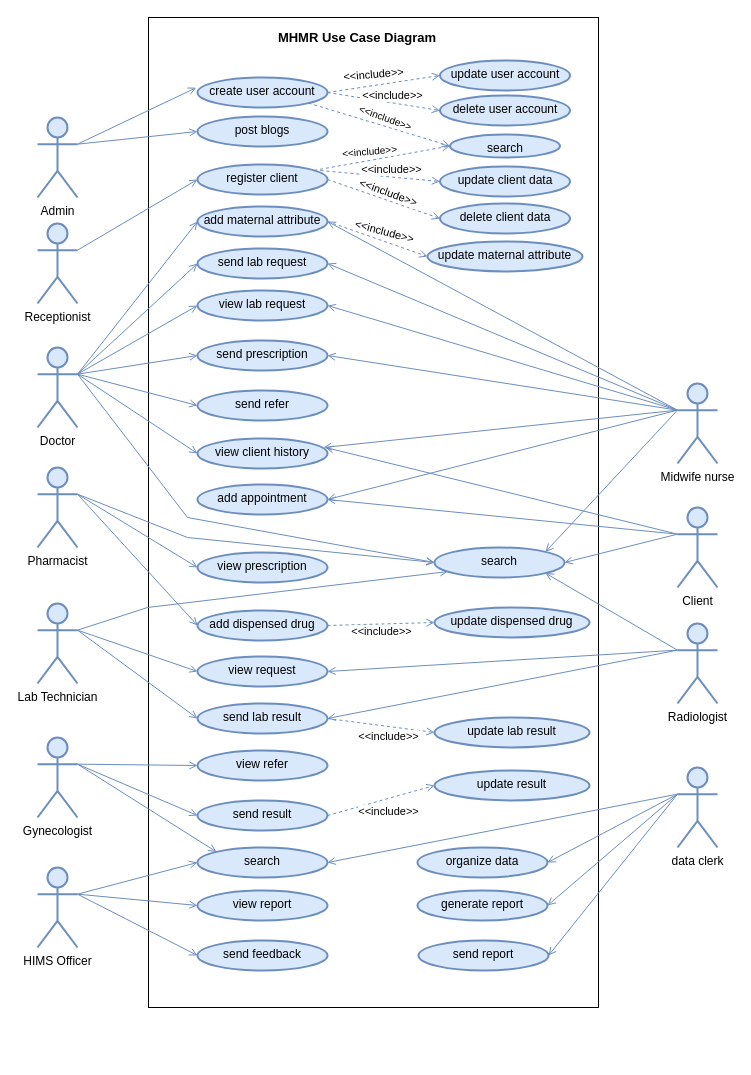
fasil712/UML_Diagram_Design keeps this draw.io diagram as Usecase Diagram.drawio. Above is the earlier version. Source tidied: cells renumbered, new cells numbered last; positions are measured from the earlier drawing's top-left corner, leaving out a move shared by most shapes. Both pictures are drawn from the tidied source at 100%, with x=0, y=0 at pixel (37, 17).
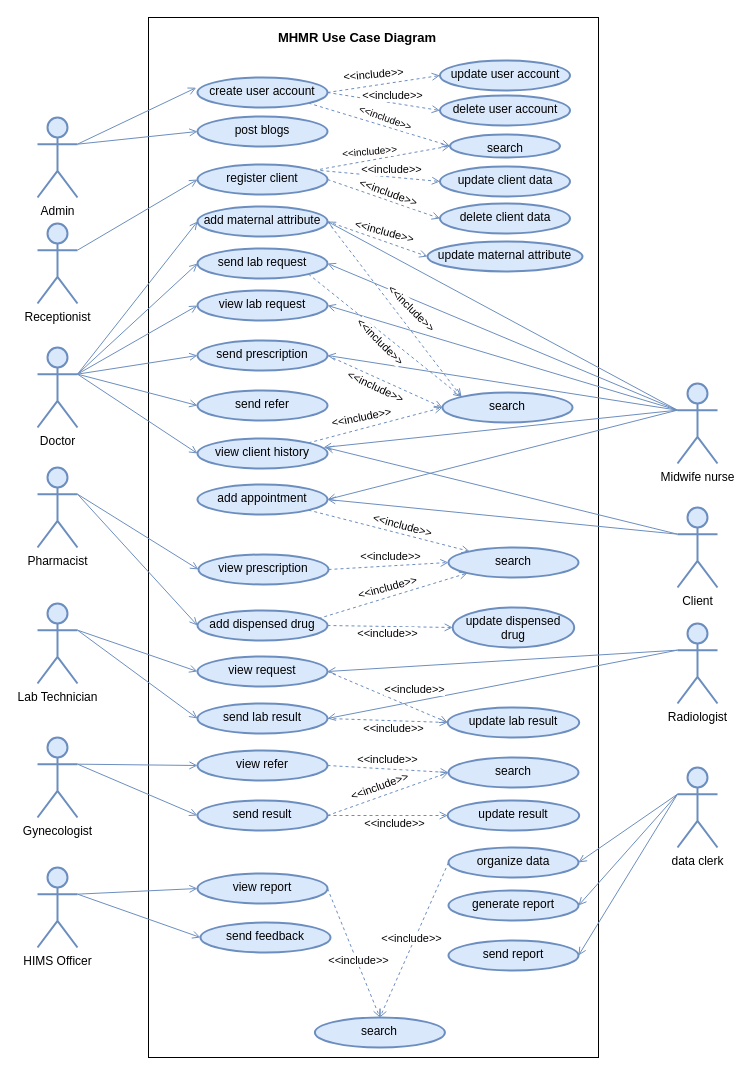
The same page after the edit.

Unchanged cells that the change refers to:
```xml
<mxCell id="21" value="Doctor" style="shape=umlActor;verticalLabelPosition=bottom;verticalAlign=top;html=1;outlineConnect=0;strokeWidth=2;fillColor=#dae8fc;strokeColor=#6c8ebf;" parent="1" vertex="1">
  <mxGeometry y="330" width="40" height="80" as="geometry" />
</mxCell>
<mxCell id="30" value="Midwife nurse" style="shape=umlActor;verticalLabelPosition=bottom;verticalAlign=top;html=1;outlineConnect=0;strokeWidth=2;fillColor=#dae8fc;strokeColor=#6c8ebf;" parent="1" vertex="1">
  <mxGeometry x="640" y="366" width="40" height="80" as="geometry" />
</mxCell>
<mxCell id="35" value="Client" style="shape=umlActor;verticalLabelPosition=bottom;verticalAlign=top;html=1;outlineConnect=0;strokeWidth=2;fillColor=#dae8fc;strokeColor=#6c8ebf;" parent="1" vertex="1">
  <mxGeometry x="640" y="490" width="40" height="80" as="geometry" />
</mxCell>
<mxCell id="40" value="Pharmacist" style="shape=umlActor;verticalLabelPosition=bottom;verticalAlign=top;html=1;outlineConnect=0;strokeWidth=2;fillColor=#dae8fc;strokeColor=#6c8ebf;" parent="1" vertex="1">
  <mxGeometry y="450" width="40" height="80" as="geometry" />
</mxCell>
<mxCell id="49" value="Radiologist" style="shape=umlActor;verticalLabelPosition=bottom;verticalAlign=top;html=1;outlineConnect=0;strokeWidth=2;fillColor=#dae8fc;strokeColor=#6c8ebf;" parent="1" vertex="1">
  <mxGeometry x="640" y="606" width="40" height="80" as="geometry" />
</mxCell>
<mxCell id="53" value="data clerk" style="shape=umlActor;verticalLabelPosition=bottom;verticalAlign=top;html=1;outlineConnect=0;strokeWidth=2;fillColor=#dae8fc;strokeColor=#6c8ebf;" parent="1" vertex="1">
  <mxGeometry x="640" y="750" width="40" height="80" as="geometry" />
</mxCell>
<mxCell id="57" value="Lab Technician " style="shape=umlActor;verticalLabelPosition=bottom;verticalAlign=top;html=1;outlineConnect=0;strokeWidth=2;fillColor=#dae8fc;strokeColor=#6c8ebf;" parent="1" vertex="1">
  <mxGeometry y="586" width="40" height="80" as="geometry" />
</mxCell>
<mxCell id="59" style="rounded=0;jettySize=auto;html=1;endArrow=open;endFill=0;strokeWidth=1;fillColor=#dae8fc;strokeColor=#6c8ebf;exitX=1;exitY=0.5;exitDx=0;exitDy=0;dashed=1;entryX=0;entryY=0.5;entryDx=0;entryDy=0;" parent="1" edge="1" source="84" target="58">
  <mxGeometry relative="1" as="geometry" />
</mxCell>
<mxCell id="61" value="Gynecologist " style="shape=umlActor;verticalLabelPosition=bottom;verticalAlign=top;html=1;outlineConnect=0;strokeWidth=2;fillColor=#dae8fc;strokeColor=#6c8ebf;" parent="1" vertex="1">
  <mxGeometry y="720" width="40" height="80" as="geometry" />
</mxCell>
<mxCell id="66" value="HIMS Officer" style="shape=umlActor;verticalLabelPosition=bottom;verticalAlign=top;html=1;outlineConnect=0;strokeWidth=2;fillColor=#dae8fc;strokeColor=#6c8ebf;" parent="1" vertex="1">
  <mxGeometry y="850" width="40" height="80" as="geometry" />
</mxCell>
<mxCell id="74" value="add maternal attribute" style="ellipse;whiteSpace=wrap;html=1;verticalAlign=top;strokeWidth=2;fillColor=#dae8fc;strokeColor=#6c8ebf;" parent="1" vertex="1">
  <mxGeometry x="160" y="189" width="130" height="30" as="geometry" />
</mxCell>
<mxCell id="75" value="send lab request" style="ellipse;whiteSpace=wrap;html=1;verticalAlign=top;strokeWidth=2;fillColor=#dae8fc;strokeColor=#6c8ebf;" parent="1" vertex="1">
  <mxGeometry x="160" y="231" width="130" height="30" as="geometry" />
</mxCell>
<mxCell id="77" value="send prescription" style="ellipse;whiteSpace=wrap;html=1;verticalAlign=top;strokeWidth=2;fillColor=#dae8fc;strokeColor=#6c8ebf;" parent="1" vertex="1">
  <mxGeometry x="160" y="323" width="130" height="30" as="geometry" />
</mxCell>
<mxCell id="79" value="add appointment" style="ellipse;whiteSpace=wrap;html=1;verticalAlign=top;strokeWidth=2;fillColor=#dae8fc;strokeColor=#6c8ebf;" parent="1" vertex="1">
  <mxGeometry x="160" y="467" width="130" height="30" as="geometry" />
</mxCell>
<mxCell id="80" value="view client history" style="ellipse;whiteSpace=wrap;html=1;verticalAlign=top;strokeWidth=2;fillColor=#dae8fc;strokeColor=#6c8ebf;" parent="1" vertex="1">
  <mxGeometry x="160" y="421" width="130" height="30" as="geometry" />
</mxCell>
<mxCell id="82" value="add dispensed drug " style="ellipse;whiteSpace=wrap;html=1;verticalAlign=top;strokeWidth=2;fillColor=#dae8fc;strokeColor=#6c8ebf;" parent="1" vertex="1">
  <mxGeometry x="160" y="593" width="130" height="30" as="geometry" />
</mxCell>
<mxCell id="83" value="view request" style="ellipse;whiteSpace=wrap;html=1;verticalAlign=top;strokeWidth=2;fillColor=#dae8fc;strokeColor=#6c8ebf;" parent="1" vertex="1">
  <mxGeometry x="160" y="639" width="130" height="30" as="geometry" />
</mxCell>
<mxCell id="85" value="view refer" style="ellipse;whiteSpace=wrap;html=1;verticalAlign=top;strokeWidth=2;fillColor=#dae8fc;strokeColor=#6c8ebf;" parent="1" vertex="1">
  <mxGeometry x="160" y="733" width="130" height="30" as="geometry" />
</mxCell>
<mxCell id="86" value="send result" style="ellipse;whiteSpace=wrap;html=1;verticalAlign=top;strokeWidth=2;fillColor=#dae8fc;strokeColor=#6c8ebf;" parent="1" vertex="1">
  <mxGeometry x="160" y="783" width="130" height="30" as="geometry" />
</mxCell>
```

The edit, as a diff of the source:
```diff
@@
     <mxCell id="2" style="rounded=0;whiteSpace=wrap;html=1;strokeWidth=1;" parent="1" vertex="1">
-      <mxGeometry x="111" width="450" height="990" as="geometry" />
+      <mxGeometry x="111" width="450" height="1040" as="geometry" />
     </mxCell>
@@
     <mxCell id="42" value="update dispensed drug" style="ellipse;whiteSpace=wrap;html=1;verticalAlign=top;strokeWidth=2;fillColor=#dae8fc;strokeColor=#6c8ebf;" parent="1" vertex="1">
-      <mxGeometry x="397" y="590" width="155" height="30" as="geometry" />
+      <mxGeometry x="415.2" y="590" width="121.5" height="40" as="geometry" />
     </mxCell>
@@
     <mxCell id="52" value="generate report" style="ellipse;whiteSpace=wrap;html=1;verticalAlign=top;strokeWidth=2;fillColor=#dae8fc;strokeColor=#6c8ebf;" parent="1" vertex="1">
-      <mxGeometry x="380" y="873" width="130" height="30" as="geometry" />
+      <mxGeometry x="411" y="873" width="130" height="30" as="geometry" />
     </mxCell>
@@
     <mxCell id="58" value="update lab result" style="ellipse;whiteSpace=wrap;html=1;verticalAlign=top;strokeWidth=2;fillColor=#dae8fc;strokeColor=#6c8ebf;" parent="1" vertex="1">
-      <mxGeometry x="397" y="700" width="155" height="30" as="geometry" />
+      <mxGeometry x="410.2" y="690" width="131.5" height="30" as="geometry" />
     </mxCell>
@@
     <mxCell id="60" value="&amp;lt;&amp;lt;include&amp;gt;&amp;gt;" style="edgeLabel;html=1;align=center;verticalAlign=middle;" parent="59" vertex="1">
       <mxGeometry x="-0.24" y="-1" relative="1" as="geometry">
-        <mxPoint x="20" y="11" as="offset" />
+        <mxPoint x="20" y="7" as="offset" />
       </mxGeometry>
     </mxCell>
@@
     <mxCell id="62" value="update result" style="ellipse;whiteSpace=wrap;html=1;verticalAlign=top;strokeWidth=2;fillColor=#dae8fc;strokeColor=#6c8ebf;" parent="1" vertex="1">
-      <mxGeometry x="397" y="753" width="155" height="30" as="geometry" />
+      <mxGeometry x="410.2" y="783" width="131.5" height="30" as="geometry" />
     </mxCell>
@@
     <mxCell id="65" value="send report" style="ellipse;whiteSpace=wrap;html=1;verticalAlign=top;strokeWidth=2;fillColor=#dae8fc;strokeColor=#6c8ebf;" parent="1" vertex="1">
-      <mxGeometry x="381" y="923" width="130" height="30" as="geometry" />
+      <mxGeometry x="411" y="923" width="130" height="30" as="geometry" />
     </mxCell>
@@
     <mxCell id="81" value="view prescription" style="ellipse;whiteSpace=wrap;html=1;verticalAlign=top;strokeWidth=2;fillColor=#dae8fc;strokeColor=#6c8ebf;" parent="1" vertex="1">
-      <mxGeometry x="160" y="535" width="130" height="30" as="geometry" />
+      <mxGeometry x="161" y="537" width="130" height="30" as="geometry" />
     </mxCell>
@@
     <mxCell id="87" value="view report" style="ellipse;whiteSpace=wrap;html=1;verticalAlign=top;strokeWidth=2;fillColor=#dae8fc;strokeColor=#6c8ebf;" parent="1" vertex="1">
-      <mxGeometry x="160" y="873" width="130" height="30" as="geometry" />
+      <mxGeometry x="160" y="856" width="130" height="30" as="geometry" />
     </mxCell>
     <mxCell id="88" value="send feedback" style="ellipse;whiteSpace=wrap;html=1;verticalAlign=top;strokeWidth=2;fillColor=#dae8fc;strokeColor=#6c8ebf;" parent="1" vertex="1">
-      <mxGeometry x="160" y="923" width="130" height="30" as="geometry" />
+      <mxGeometry x="163" y="905" width="130" height="30" as="geometry" />
     </mxCell>
@@
     <mxCell id="90" value="search" style="ellipse;whiteSpace=wrap;html=1;verticalAlign=top;strokeWidth=2;fillColor=#dae8fc;strokeColor=#6c8ebf;" parent="1" vertex="1">
-      <mxGeometry x="397" y="530" width="130" height="30" as="geometry" />
+      <mxGeometry x="411" y="530" width="130" height="30" as="geometry" />
     </mxCell>
-    <mxCell id="91" style="rounded=0;jettySize=auto;html=1;endArrow=open;endFill=0;strokeWidth=1;fillColor=#dae8fc;strokeColor=#6c8ebf;exitX=1;exitY=0.3333333333333333;exitDx=0;exitDy=0;exitPerimeter=0;entryX=0;entryY=0.5;entryDx=0;entryDy=0;" parent="1" edge="1" source="21" target="90">
-      <mxGeometry relative="1" as="geometry">
-        <Array as="points">
-          <mxPoint x="150" y="500" />
-        </Array>
-      </mxGeometry>
-    </mxCell>
-    <mxCell id="92" style="rounded=0;jettySize=auto;html=1;endArrow=open;endFill=0;strokeWidth=1;fillColor=#dae8fc;strokeColor=#6c8ebf;exitX=1;exitY=0.3333333333333333;exitDx=0;exitDy=0;exitPerimeter=0;entryX=0;entryY=0.5;entryDx=0;entryDy=0;" parent="1" edge="1" source="40" target="90">
-      <mxGeometry relative="1" as="geometry">
-        <Array as="points">
-          <mxPoint x="150" y="520" />
-        </Array>
-      </mxGeometry>
-    </mxCell>
-    <mxCell id="93" style="rounded=0;jettySize=auto;html=1;endArrow=open;endFill=0;strokeWidth=1;fillColor=#dae8fc;strokeColor=#6c8ebf;entryX=0.104;entryY=0.8;entryDx=0;entryDy=0;exitX=1;exitY=0.3333333333333333;exitDx=0;exitDy=0;exitPerimeter=0;entryPerimeter=0;" parent="1" edge="1" source="57" target="90">
-      <mxGeometry relative="1" as="geometry">
-        <Array as="points">
-          <mxPoint x="110" y="590" />
-        </Array>
-      </mxGeometry>
-    </mxCell>
-    <mxCell id="94" style="rounded=0;jettySize=auto;html=1;endArrow=open;endFill=0;strokeWidth=1;fillColor=#dae8fc;strokeColor=#6c8ebf;exitX=0;exitY=0.3333333333333333;exitDx=0;exitDy=0;exitPerimeter=0;entryX=1;entryY=0;entryDx=0;entryDy=0;" parent="1" edge="1" source="30" target="90">
-      <mxGeometry relative="1" as="geometry" />
-    </mxCell>
-    <mxCell id="95" style="rounded=0;jettySize=auto;html=1;endArrow=open;endFill=0;strokeWidth=1;fillColor=#dae8fc;strokeColor=#6c8ebf;exitX=0;exitY=0.3333333333333333;exitDx=0;exitDy=0;exitPerimeter=0;entryX=1;entryY=0.5;entryDx=0;entryDy=0;" parent="1" edge="1" source="35" target="90">
-      <mxGeometry relative="1" as="geometry" />
-    </mxCell>
-    <mxCell id="96" style="rounded=0;jettySize=auto;html=1;endArrow=open;endFill=0;strokeWidth=1;fillColor=#dae8fc;strokeColor=#6c8ebf;exitX=0;exitY=0.3333333333333333;exitDx=0;exitDy=0;exitPerimeter=0;entryX=1;entryY=1;entryDx=0;entryDy=0;" parent="1" edge="1" source="49" target="90">
-      <mxGeometry relative="1" as="geometry" />
-    </mxCell>
-    <mxCell id="97" style="rounded=0;jettySize=auto;html=1;endArrow=open;endFill=0;strokeWidth=1;fillColor=#dae8fc;strokeColor=#6c8ebf;entryX=1;entryY=0.5;entryDx=0;entryDy=0;exitX=0;exitY=0.3333333333333333;exitDx=0;exitDy=0;exitPerimeter=0;" parent="1" edge="1" source="53" target="98">
-      <mxGeometry relative="1" as="geometry" />
-    </mxCell>
     <mxCell id="98" value="search" style="ellipse;whiteSpace=wrap;html=1;verticalAlign=top;strokeWidth=2;fillColor=#dae8fc;strokeColor=#6c8ebf;" parent="1" vertex="1">
-      <mxGeometry x="160" y="830" width="130" height="30" as="geometry" />
+      <mxGeometry x="277.4" y="1000" width="130" height="30" as="geometry" />
     </mxCell>
-    <mxCell id="99" style="rounded=0;jettySize=auto;html=1;endArrow=open;endFill=0;strokeWidth=1;fillColor=#dae8fc;strokeColor=#6c8ebf;exitX=1;exitY=0.3333333333333333;exitDx=0;exitDy=0;exitPerimeter=0;entryX=0;entryY=0.5;entryDx=0;entryDy=0;" parent="1" edge="1" source="66" target="98">
-      <mxGeometry relative="1" as="geometry" />
-    </mxCell>
-    <mxCell id="100" style="rounded=0;jettySize=auto;html=1;endArrow=open;endFill=0;strokeWidth=1;fillColor=#dae8fc;strokeColor=#6c8ebf;exitX=1;exitY=0.3333333333333333;exitDx=0;exitDy=0;exitPerimeter=0;entryX=0;entryY=0;entryDx=0;entryDy=0;" parent="1" edge="1" source="61" target="98">
-      <mxGeometry relative="1" as="geometry" />
-    </mxCell>
     <mxCell id="101" value="organize data" style="ellipse;whiteSpace=wrap;html=1;verticalAlign=top;strokeWidth=2;fillColor=#dae8fc;strokeColor=#6c8ebf;" parent="1" vertex="1">
-      <mxGeometry x="380" y="830" width="130" height="30" as="geometry" />
+      <mxGeometry x="411" y="830" width="130" height="30" as="geometry" />
     </mxCell>
@@
+    <mxCell id="108" value="search" style="ellipse;whiteSpace=wrap;html=1;verticalAlign=top;strokeWidth=2;fillColor=#dae8fc;strokeColor=#6c8ebf;" parent="1" vertex="1">
+      <mxGeometry x="405" y="375" width="130" height="30" as="geometry" />
+    </mxCell>
+    <mxCell id="109" style="rounded=0;jettySize=auto;html=1;endArrow=open;endFill=0;strokeWidth=1;fillColor=#dae8fc;strokeColor=#6c8ebf;exitX=1;exitY=0.5;exitDx=0;exitDy=0;dashed=1;entryX=0;entryY=0;entryDx=0;entryDy=0;" parent="1" edge="1" source="74" target="108">
+      <mxGeometry relative="1" as="geometry" />
+    </mxCell>
+    <mxCell id="110" value="&amp;lt;&amp;lt;include&amp;gt;&amp;gt;" style="edgeLabel;html=1;align=center;verticalAlign=middle;rotation=45;" parent="109" vertex="1">
+      <mxGeometry x="-0.24" y="-1" relative="1" as="geometry">
+        <mxPoint x="34" y="19" as="offset" />
+      </mxGeometry>
+    </mxCell>
+    <mxCell id="111" style="rounded=0;jettySize=auto;html=1;endArrow=open;endFill=0;strokeWidth=1;fillColor=#dae8fc;strokeColor=#6c8ebf;exitX=1;exitY=1;exitDx=0;exitDy=0;dashed=1;entryX=0;entryY=0;entryDx=0;entryDy=0;" parent="1" edge="1" source="75" target="108">
+      <mxGeometry relative="1" as="geometry" />
+    </mxCell>
+    <mxCell id="112" value="&amp;lt;&amp;lt;include&amp;gt;&amp;gt;" style="edgeLabel;html=1;align=center;verticalAlign=middle;rotation=45;" parent="111" vertex="1">
+      <mxGeometry x="-0.24" y="-1" relative="1" as="geometry">
+        <mxPoint x="14" y="19" as="offset" />
+      </mxGeometry>
+    </mxCell>
+    <mxCell id="113" style="rounded=0;jettySize=auto;html=1;endArrow=open;endFill=0;strokeWidth=1;fillColor=#dae8fc;strokeColor=#6c8ebf;exitX=1;exitY=0.5;exitDx=0;exitDy=0;dashed=1;entryX=0;entryY=0.5;entryDx=0;entryDy=0;" parent="1" edge="1" source="77" target="108">
+      <mxGeometry relative="1" as="geometry" />
+    </mxCell>
+    <mxCell id="114" value="&amp;lt;&amp;lt;include&amp;gt;&amp;gt;" style="edgeLabel;html=1;align=center;verticalAlign=middle;rotation=25;" parent="113" vertex="1">
+      <mxGeometry x="-0.24" y="-1" relative="1" as="geometry">
+        <mxPoint x="4" y="10" as="offset" />
+      </mxGeometry>
+    </mxCell>
+    <mxCell id="115" style="rounded=0;jettySize=auto;html=1;endArrow=open;endFill=0;strokeWidth=1;fillColor=#dae8fc;strokeColor=#6c8ebf;exitX=1;exitY=1;exitDx=0;exitDy=0;dashed=1;" parent="1" edge="1" source="79" target="90">
+      <mxGeometry relative="1" as="geometry" />
+    </mxCell>
+    <mxCell id="116" value="&amp;lt;&amp;lt;include&amp;gt;&amp;gt;" style="edgeLabel;html=1;align=center;verticalAlign=middle;rotation=15;" parent="115" vertex="1">
+      <mxGeometry x="-0.24" y="-1" relative="1" as="geometry">
+        <mxPoint x="33" y="-2" as="offset" />
+      </mxGeometry>
+    </mxCell>
+    <mxCell id="117" style="rounded=0;jettySize=auto;html=1;endArrow=open;endFill=0;strokeWidth=1;fillColor=#dae8fc;strokeColor=#6c8ebf;exitX=1;exitY=0.5;exitDx=0;exitDy=0;dashed=1;entryX=0;entryY=0.5;entryDx=0;entryDy=0;" parent="1" edge="1" source="81" target="90">
+      <mxGeometry relative="1" as="geometry" />
+    </mxCell>
+    <mxCell id="118" value="&amp;lt;&amp;lt;include&amp;gt;&amp;gt;" style="edgeLabel;html=1;align=center;verticalAlign=middle;rotation=0;" parent="117" vertex="1">
+      <mxGeometry x="-0.24" y="-1" relative="1" as="geometry">
+        <mxPoint x="16" y="-12" as="offset" />
+      </mxGeometry>
+    </mxCell>
+    <mxCell id="119" style="rounded=0;jettySize=auto;html=1;endArrow=open;endFill=0;strokeWidth=1;fillColor=#dae8fc;strokeColor=#6c8ebf;exitX=0.931;exitY=0.267;exitDx=0;exitDy=0;dashed=1;entryX=0;entryY=1;entryDx=0;entryDy=0;exitPerimeter=0;" parent="1" edge="1" source="82" target="90">
+      <mxGeometry relative="1" as="geometry" />
+    </mxCell>
+    <mxCell id="120" value="&amp;lt;&amp;lt;include&amp;gt;&amp;gt;" style="edgeLabel;html=1;align=center;verticalAlign=middle;rotation=-15;" parent="119" vertex="1">
+      <mxGeometry x="-0.24" y="-1" relative="1" as="geometry">
+        <mxPoint x="12" y="-15" as="offset" />
+      </mxGeometry>
+    </mxCell>
+    <mxCell id="121" style="rounded=0;jettySize=auto;html=1;endArrow=open;endFill=0;strokeWidth=1;fillColor=#dae8fc;strokeColor=#6c8ebf;exitX=1;exitY=0.5;exitDx=0;exitDy=0;dashed=1;entryX=0.5;entryY=0;entryDx=0;entryDy=0;" parent="1" edge="1" source="87" target="98">
+      <mxGeometry relative="1" as="geometry" />
+    </mxCell>
+    <mxCell id="122" value="&amp;lt;&amp;lt;include&amp;gt;&amp;gt;" style="edgeLabel;html=1;align=center;verticalAlign=middle;" parent="121" vertex="1">
+      <mxGeometry x="-0.24" y="-1" relative="1" as="geometry">
+        <mxPoint x="11" y="22" as="offset" />
+      </mxGeometry>
+    </mxCell>
+    <mxCell id="123" style="rounded=0;jettySize=auto;html=1;endArrow=open;endFill=0;strokeWidth=1;fillColor=#dae8fc;strokeColor=#6c8ebf;exitX=0;exitY=0.5;exitDx=0;exitDy=0;dashed=1;entryX=0.5;entryY=0;entryDx=0;entryDy=0;" parent="1" edge="1" source="101" target="98">
+      <mxGeometry relative="1" as="geometry" />
+    </mxCell>
+    <mxCell id="124" value="&amp;lt;&amp;lt;include&amp;gt;&amp;gt;" style="edgeLabel;html=1;align=center;verticalAlign=middle;" parent="123" vertex="1">
+      <mxGeometry x="-0.24" y="-1" relative="1" as="geometry">
+        <mxPoint x="-11" y="17" as="offset" />
+      </mxGeometry>
+    </mxCell>
+    <mxCell id="125" value="search" style="ellipse;whiteSpace=wrap;html=1;verticalAlign=top;strokeWidth=2;fillColor=#dae8fc;strokeColor=#6c8ebf;" parent="1" vertex="1">
+      <mxGeometry x="411" y="740" width="130" height="30" as="geometry" />
+    </mxCell>
+    <mxCell id="126" style="rounded=0;jettySize=auto;html=1;endArrow=open;endFill=0;strokeWidth=1;fillColor=#dae8fc;strokeColor=#6c8ebf;exitX=1;exitY=0.5;exitDx=0;exitDy=0;dashed=1;entryX=0;entryY=0.5;entryDx=0;entryDy=0;" parent="1" edge="1" source="85" target="125">
+      <mxGeometry relative="1" as="geometry" />
+    </mxCell>
+    <mxCell id="127" value="&amp;lt;&amp;lt;include&amp;gt;&amp;gt;" style="edgeLabel;html=1;align=center;verticalAlign=middle;" parent="126" vertex="1">
+      <mxGeometry x="-0.24" y="-1" relative="1" as="geometry">
+        <mxPoint x="14" y="-10" as="offset" />
+      </mxGeometry>
+    </mxCell>
+    <mxCell id="128" style="rounded=0;jettySize=auto;html=1;endArrow=open;endFill=0;strokeWidth=1;fillColor=#dae8fc;strokeColor=#6c8ebf;exitX=1;exitY=0.5;exitDx=0;exitDy=0;dashed=1;entryX=0;entryY=0.5;entryDx=0;entryDy=0;" parent="1" edge="1" source="86" target="125">
+      <mxGeometry relative="1" as="geometry" />
+    </mxCell>
+    <mxCell id="129" value="&amp;lt;&amp;lt;include&amp;gt;&amp;gt;" style="edgeLabel;html=1;align=center;verticalAlign=middle;rotation=-20;" parent="128" vertex="1">
+      <mxGeometry x="-0.24" y="-1" relative="1" as="geometry">
+        <mxPoint x="5" y="-14" as="offset" />
+      </mxGeometry>
+    </mxCell>
+    <mxCell id="130" style="rounded=0;jettySize=auto;html=1;endArrow=open;endFill=0;strokeWidth=1;fillColor=#dae8fc;strokeColor=#6c8ebf;exitX=1;exitY=0.5;exitDx=0;exitDy=0;dashed=1;entryX=0;entryY=0.5;entryDx=0;entryDy=0;" parent="1" edge="1" source="83" target="58">
+      <mxGeometry relative="1" as="geometry" />
+    </mxCell>
+    <mxCell id="131" value="&amp;lt;&amp;lt;include&amp;gt;&amp;gt;" style="edgeLabel;html=1;align=center;verticalAlign=middle;" parent="130" vertex="1">
+      <mxGeometry x="-0.24" y="-1" relative="1" as="geometry">
+        <mxPoint x="41" y="-3" as="offset" />
+      </mxGeometry>
+    </mxCell>
+    <mxCell id="132" style="rounded=0;jettySize=auto;html=1;endArrow=open;endFill=0;strokeWidth=1;fillColor=#dae8fc;strokeColor=#6c8ebf;exitX=1;exitY=0;exitDx=0;exitDy=0;dashed=1;entryX=0;entryY=0.5;entryDx=0;entryDy=0;" parent="1" edge="1" source="80" target="108">
+      <mxGeometry relative="1" as="geometry" />
+    </mxCell>
+    <mxCell id="133" value="&amp;lt;&amp;lt;include&amp;gt;&amp;gt;" style="edgeLabel;html=1;align=center;verticalAlign=middle;rotation=-11;" parent="132" vertex="1">
+      <mxGeometry x="-0.24" y="-1" relative="1" as="geometry">
+        <mxPoint x="1" y="-13" as="offset" />
+      </mxGeometry>
+    </mxCell>
```
